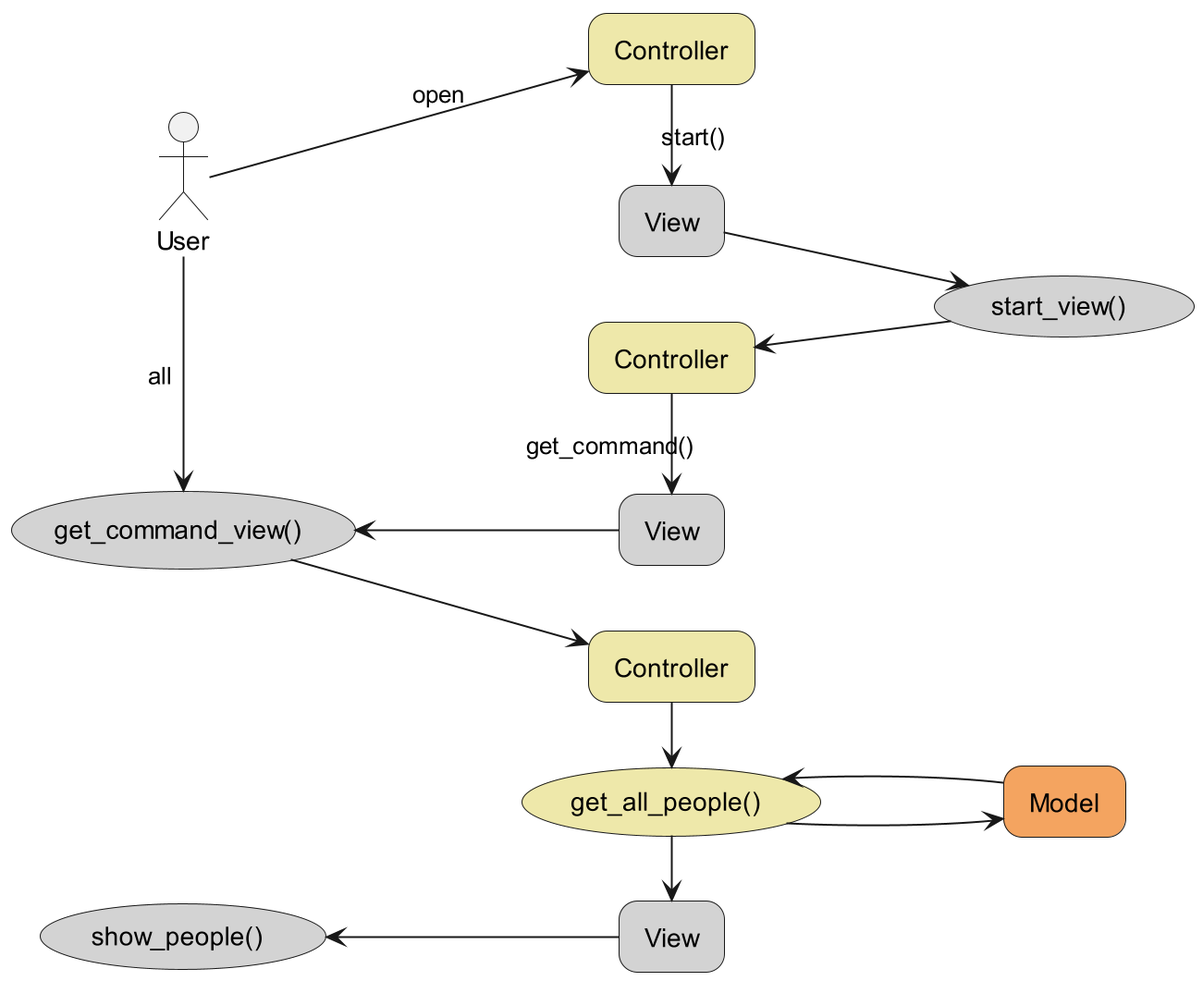
The PlantUML diagram mvc/1/use_case.png in TOP-Python321/_scripts, before a commit. The source it was exported from:
```plantuml
@startuml

skinparam roundcorner 20


actor User
rectangle " Controller " as app1 #palegoldenrod
rectangle " Controller " as app2 #palegoldenrod
rectangle " Controller " as app3 #palegoldenrod
rectangle " View " as v1 #lightgray
rectangle " View " as v2 #lightgray
rectangle " View " as v3 #lightgray
rectangle " Model " as mod #sandybrown
usecase " start_view() " as sv #lightgray
usecase " get_command_view() " as gc #lightgray
usecase " show_people() " as sp #lightgray
usecase " get_all_people() " as gap #palegoldenrod


left to right direction
User --> app1 : open
app1 -> v1 : "            start()"
v1 --> sv
v1 -right[hidden]- app2
sv -left-> app2
app2 -> v2 : "get_command()\t\t "
v2 -up-> gc
User -right-> gc : all
gc -> app3
v2 -right[hidden]- app3
app3 -> gap
gap --> mod
mod --> gap
gap -> v3
v3 -up-> sp

@enduml
```
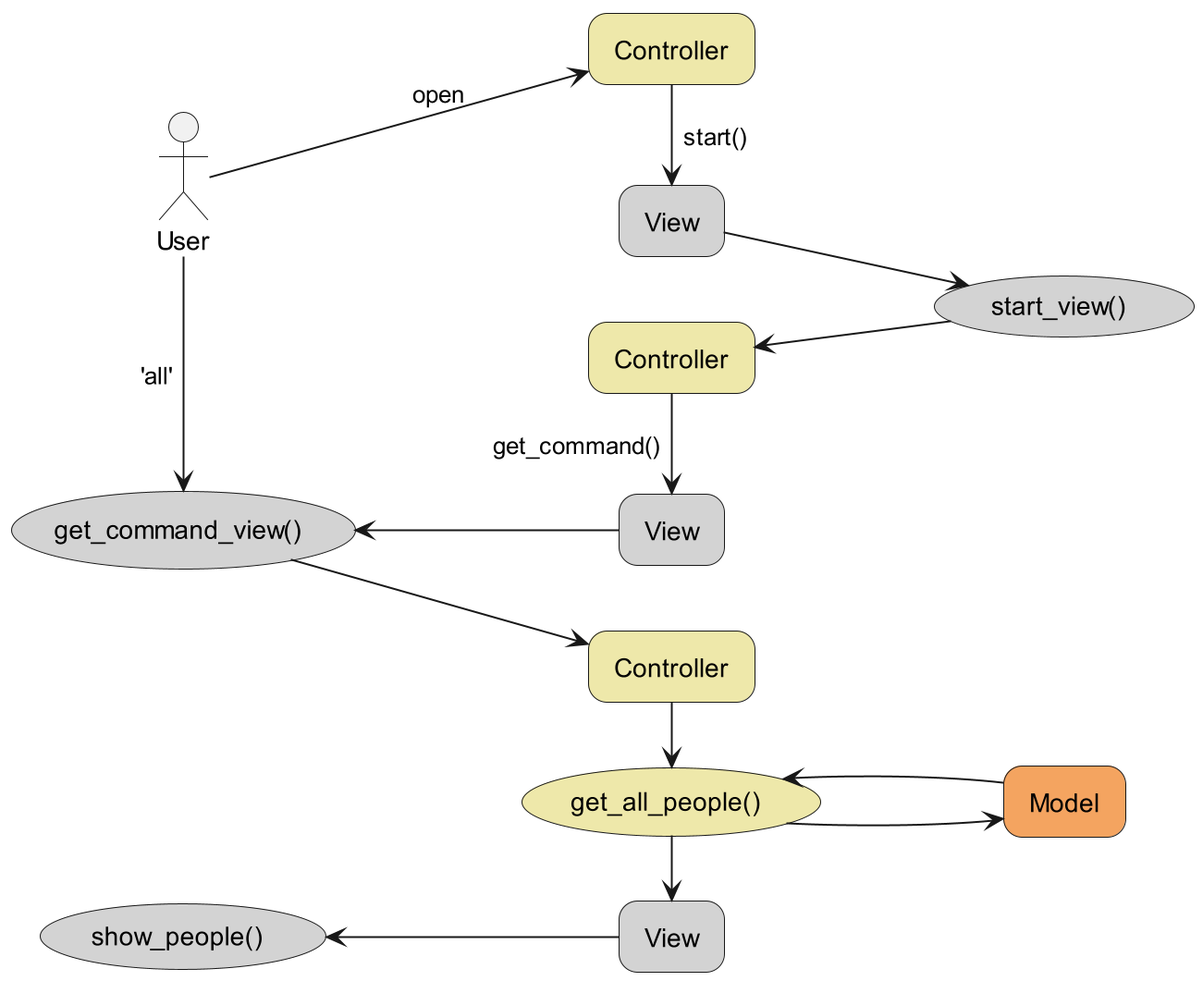
Above is the later version.

Commit message:
MVC 1: диаграмма прецедентов

правка расположения элементов диаграммы

Diff of the diagram source:
```diff
@@ -19,13 +19,13 @@
 
 left to right direction
 User --> app1 : open
-app1 -> v1 : "            start()"
+app1 -> v1 : "\t\t  start()"
 v1 --> sv
 v1 -right[hidden]- app2
 sv -left-> app2
-app2 -> v2 : "get_command()\t\t "
+app2 -> v2 : "get_command()\t\t\t  "
 v2 -up-> gc
-User -right-> gc : all
+User -right-> gc : "'all' "
 gc -> app3
 v2 -right[hidden]- app3
 app3 -> gap
```
